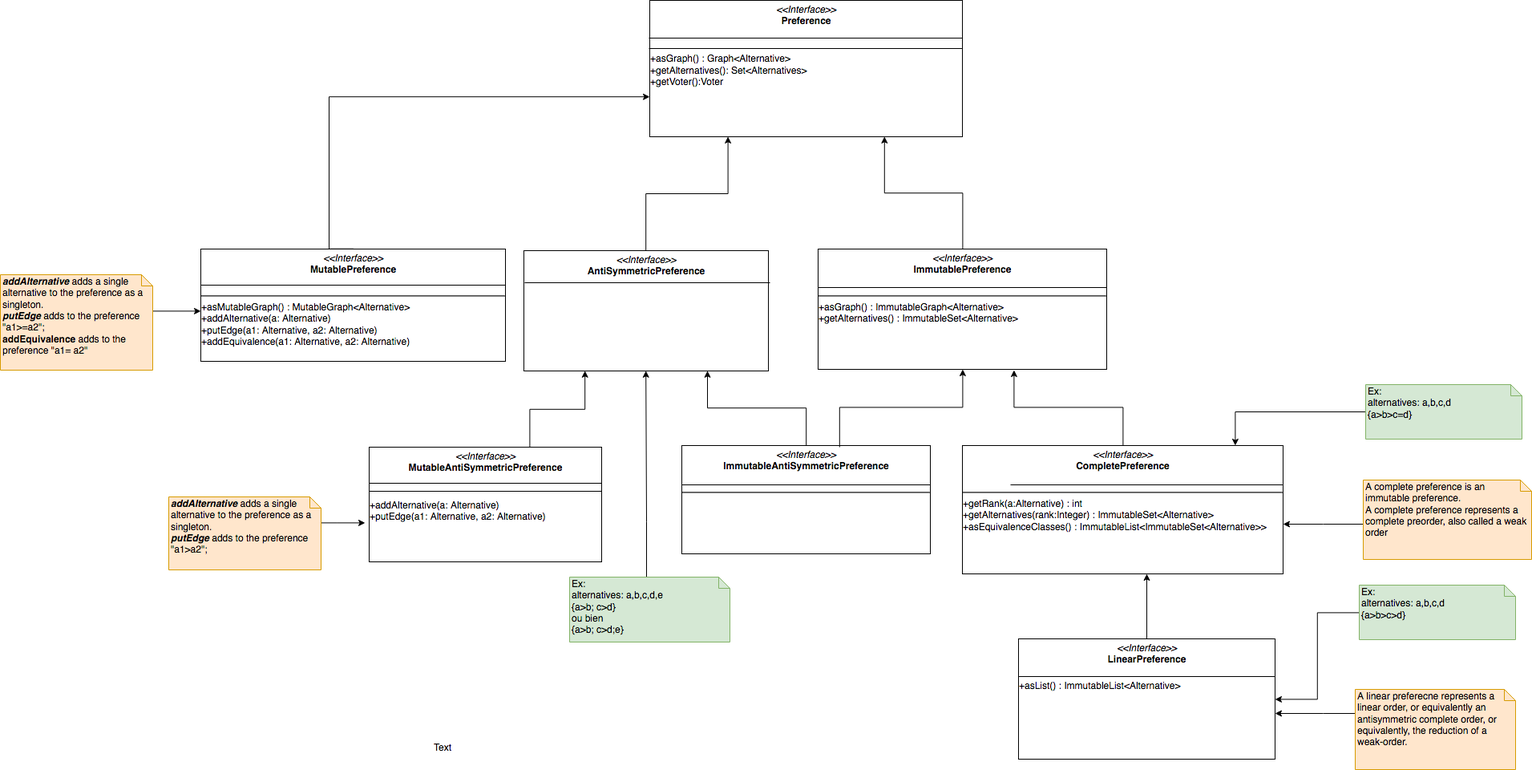
The draw.io diagram Doc/preferences/Preferences Diagram Interface.png in oliviercailloux/J-Voting, before a commit. Source tidied: cells renumbered, new cells last; positions are measured from the earlier drawing's top-left corner, leaving out a move shared by most shapes.
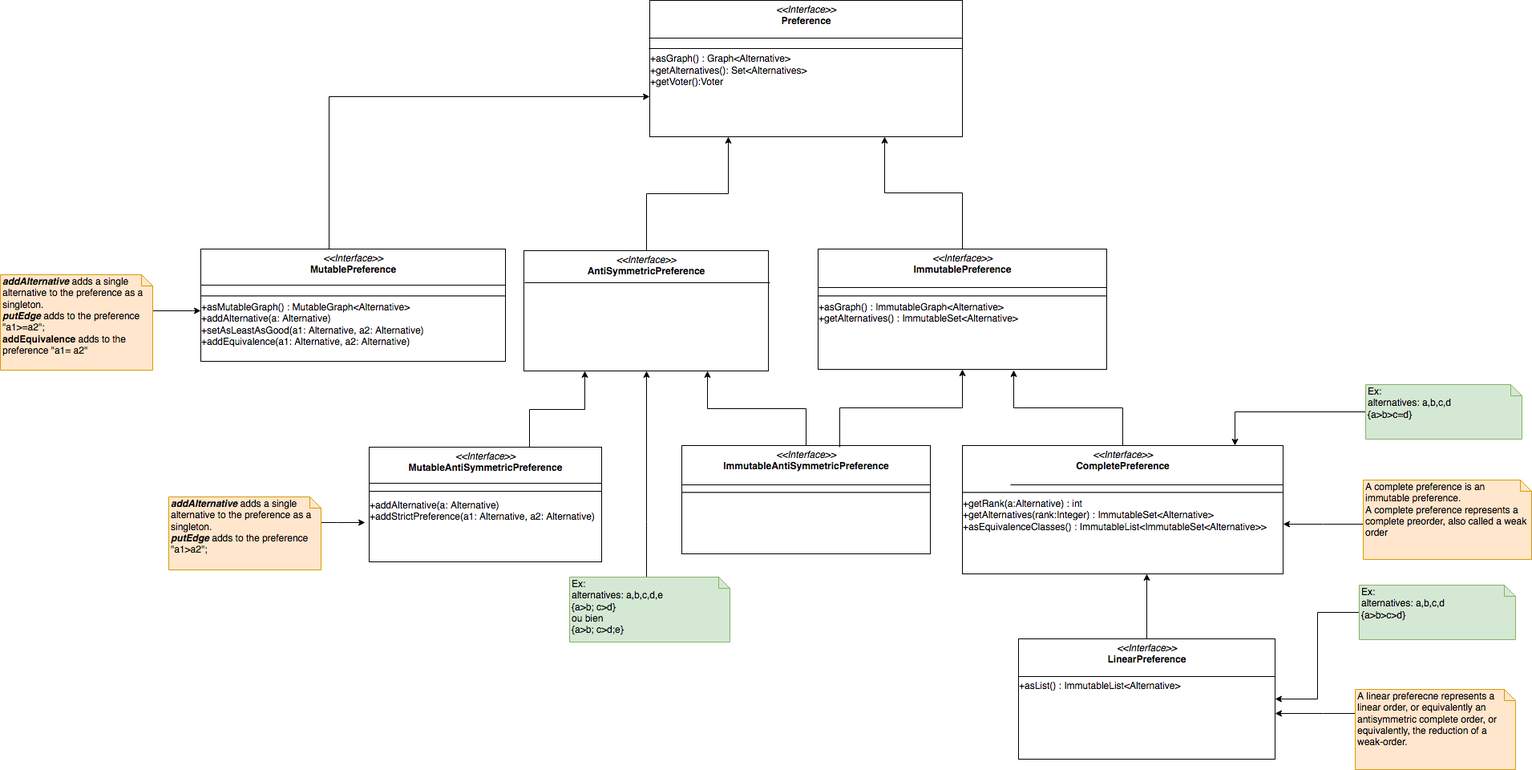
Above is the later version.

Change to the diagram source:
```diff
@@ -58,7 +58,7 @@
     <mxCell id="15" value="&lt;p style=&quot;margin: 0px ; margin-top: 4px ; text-align: center&quot;&gt;&lt;i&gt;&amp;lt;&amp;lt;Interface&amp;gt;&amp;gt;&lt;/i&gt;&lt;br&gt;&lt;b&gt;ImmutableAntiSymmetricPreference&lt;/b&gt;&lt;/p&gt;&lt;p style=&quot;margin: 0px ; margin-top: 4px ; text-align: center&quot;&gt;&lt;b&gt;&lt;br&gt;&lt;/b&gt;&lt;/p&gt;&lt;hr&gt;" style="verticalAlign=top;align=left;overflow=fill;fontSize=12;fontFamily=Helvetica;html=1;" parent="1" vertex="1">
       <mxGeometry x="850" y="555" width="310" height="135" as="geometry" />
     </mxCell>
-    <mxCell id="16" value="&lt;p style=&quot;margin: 0px ; margin-top: 4px ; text-align: center&quot;&gt;&lt;i&gt;&amp;lt;&amp;lt;Interface&amp;gt;&amp;gt;&lt;/i&gt;&lt;br&gt;&lt;b&gt;MutablePreference&lt;/b&gt;&lt;/p&gt;&lt;p style=&quot;margin: 0px ; margin-top: 4px ; text-align: center&quot;&gt;&lt;b&gt;&lt;br&gt;&lt;/b&gt;&lt;/p&gt;&lt;hr&gt;&lt;div&gt;&lt;span&gt;+asMutableGraph() : MutableGraph&amp;lt;Alternative&amp;gt;&lt;/span&gt;&lt;br&gt;&lt;span&gt;+addAlternative(a: Alternative)&lt;br&gt;+putEdge(a1: Alternative, a2: Alternative)&lt;/span&gt;&lt;/div&gt;&lt;div&gt;&lt;span&gt;+addEquivalence(&lt;/span&gt;&lt;span&gt;&lt;span&gt;a1: Alternative, a2: Alternative)&lt;/span&gt;&lt;/span&gt;&lt;div&gt;&lt;br&gt;&lt;/div&gt;&lt;div&gt;&lt;br&gt;&lt;/div&gt;&lt;div&gt;&lt;br&gt;&lt;/div&gt;&lt;/div&gt;" style="verticalAlign=top;align=left;overflow=fill;fontSize=12;fontFamily=Helvetica;html=1;" parent="1" vertex="1">
+    <mxCell id="16" value="&lt;p style=&quot;margin: 0px ; margin-top: 4px ; text-align: center&quot;&gt;&lt;i&gt;&amp;lt;&amp;lt;Interface&amp;gt;&amp;gt;&lt;/i&gt;&lt;br&gt;&lt;b&gt;MutablePreference&lt;/b&gt;&lt;/p&gt;&lt;p style=&quot;margin: 0px ; margin-top: 4px ; text-align: center&quot;&gt;&lt;b&gt;&lt;br&gt;&lt;/b&gt;&lt;/p&gt;&lt;hr&gt;&lt;div&gt;&lt;span&gt;+asMutableGraph() : MutableGraph&amp;lt;Alternative&amp;gt;&lt;/span&gt;&lt;br&gt;&lt;span&gt;+addAlternative(a: Alternative)&lt;br&gt;+&lt;/span&gt;&lt;span&gt;&lt;span&gt;&lt;span&gt;setAsLeastAsGood&lt;/span&gt;&lt;/span&gt;(a1: Alternative, a2: Alternative)&lt;/span&gt;&lt;/div&gt;&lt;div&gt;&lt;span&gt;+addEquivalence(&lt;/span&gt;&lt;span&gt;&lt;span&gt;a1: Alternative, a2: Alternative)&lt;/span&gt;&lt;/span&gt;&lt;div&gt;&lt;br&gt;&lt;/div&gt;&lt;div&gt;&lt;br&gt;&lt;/div&gt;&lt;div&gt;&lt;br&gt;&lt;/div&gt;&lt;/div&gt;" style="verticalAlign=top;align=left;overflow=fill;fontSize=12;fontFamily=Helvetica;html=1;" parent="1" vertex="1">
       <mxGeometry x="250" y="310" width="380" height="140" as="geometry" />
     </mxCell>
     <mxCell id="17" style="line;strokeWidth=1;fillColor=none;align=left;verticalAlign=middle;spacingTop=-1;spacingLeft=3;spacingRight=3;labelPosition=right;" parent="1" vertex="1">
@@ -143,7 +143,7 @@
     <mxCell id="37" value="&lt;div&gt;Ex: &lt;br&gt;&lt;/div&gt;&lt;div&gt;alternatives: a,b,c,d,e&lt;/div&gt;&lt;div&gt;{a&amp;gt;b; c&amp;gt;d}&lt;/div&gt;&lt;div&gt;ou bien &lt;br&gt;&lt;/div&gt;&lt;div&gt;{a&amp;gt;b; c&amp;gt;d;e}&lt;/div&gt;&lt;div&gt;&lt;br&gt;&lt;/div&gt;&lt;div&gt;&lt;br&gt;&lt;/div&gt;" style="shape=note;whiteSpace=wrap;html=1;size=14;verticalAlign=top;align=left;spacingTop=-6;fillColor=#d5e8d4;strokeColor=#82b366;" parent="1" vertex="1">
       <mxGeometry x="710" y="719" width="200" height="81" as="geometry" />
     </mxCell>
-    <mxCell id="38" value="+addAlternative(a: Alternative)&#10;+putEdge(a1: Alternative, a2: Alternative)&#10;&#10;&#10;" style="text;strokeColor=none;fillColor=none;align=left;verticalAlign=top;spacingLeft=4;spacingRight=4;overflow=hidden;points=[[0,0.5],[1,0.5]];portConstraint=eastwest;" parent="1" vertex="1">
+    <mxCell id="38" value="+addAlternative(a: Alternative)&#10;+addStrictPreference(a1: Alternative, a2: Alternative)&#10;&#10;&#10;" style="text;strokeColor=none;fillColor=none;align=left;verticalAlign=top;spacingLeft=4;spacingRight=4;overflow=hidden;points=[[0,0.5],[1,0.5]];portConstraint=eastwest;" parent="1" vertex="1">
       <mxGeometry x="455" y="616" width="290" height="69" as="geometry" />
     </mxCell>
     <mxCell id="39" style="edgeStyle=orthogonalEdgeStyle;rounded=0;jettySize=auto;html=1;" parent="1" edge="1" source="40" target="38">
@@ -157,9 +157,6 @@
     <mxCell id="40" value="&lt;div&gt;&lt;i&gt;&lt;b&gt;addAlternative &lt;/b&gt;&lt;/i&gt;adds a single alternative to the preference as a singleton.&lt;/div&gt;&lt;div&gt;&lt;i&gt;&lt;b&gt;putEdge &lt;/b&gt;&lt;/i&gt;adds to the preference &quot;a1&amp;gt;a2&quot;;&lt;br&gt;&lt;/div&gt;&lt;div&gt;&lt;br&gt;&lt;/div&gt;&lt;div&gt;&lt;br&gt;&lt;/div&gt;" style="shape=note;whiteSpace=wrap;html=1;size=14;verticalAlign=top;align=left;spacingTop=-6;fillColor=#ffe6cc;strokeColor=#d79b00;" parent="1" vertex="1">
       <mxGeometry x="210" y="619" width="190" height="91" as="geometry" />
     </mxCell>
-    <mxCell id="41" value="Text" style="text;html=1;align=left;verticalAlign=top;spacingTop=-4;" parent="1" vertex="1">
-      <mxGeometry x="539" y="922" width="40" height="20" as="geometry" />
-    </mxCell>
     <mxCell id="42" style="edgeStyle=orthogonalEdgeStyle;rounded=0;jettySize=auto;html=1;" parent="1" edge="1" source="43" target="16">
       <mxGeometry relative="1" as="geometry">
         <Array as="points">
```
